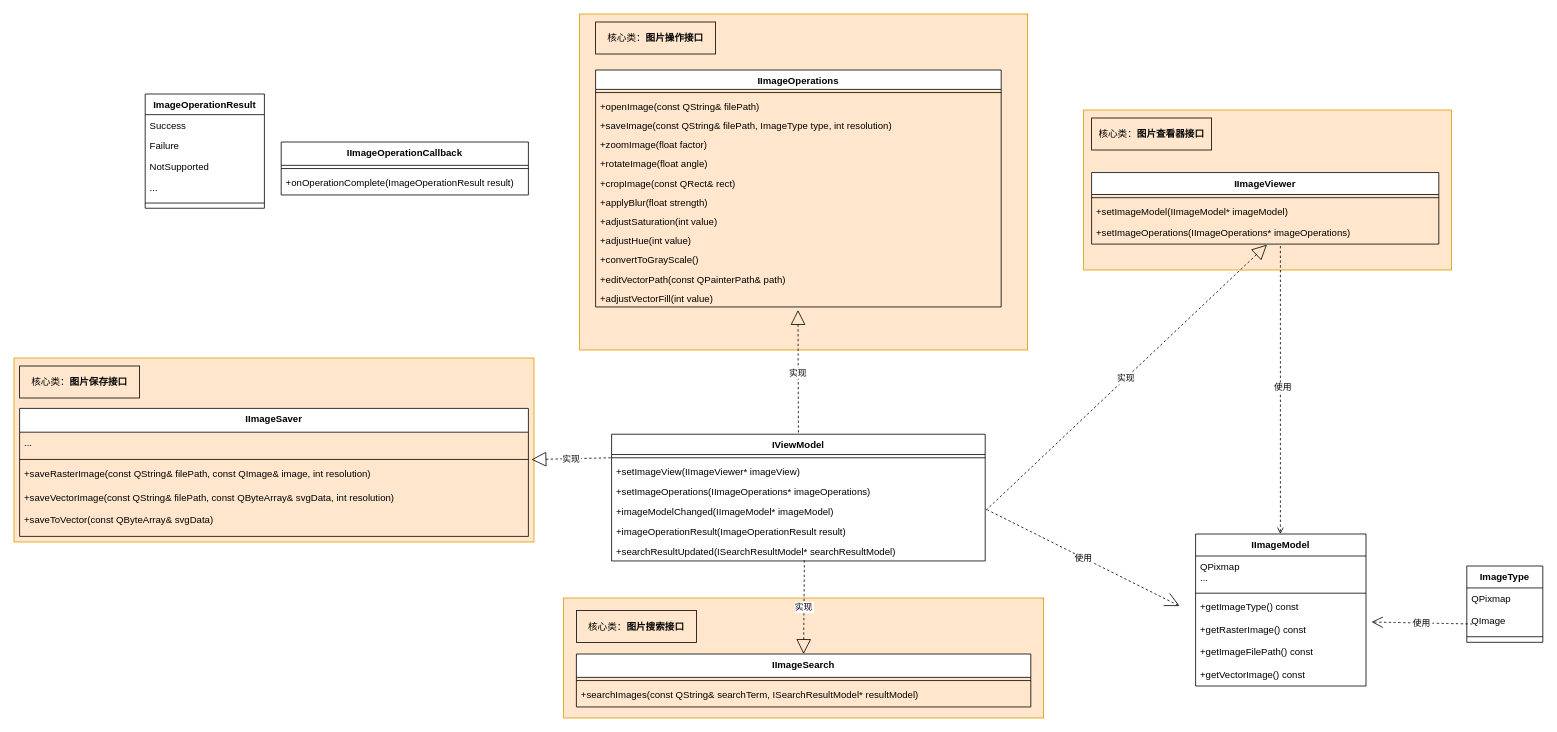
The draw.io diagram 未命名绘图.drawio in YDLinStars/myblog, before the edit. Source tidied: cells renumbered, new cells numbered last; positions are measured from the earlier drawing's top-left corner, leaving out a move shared by most shapes. Both pictures are drawn from the tidied source at 80%, with x=0, y=0 at pixel (14, 14).
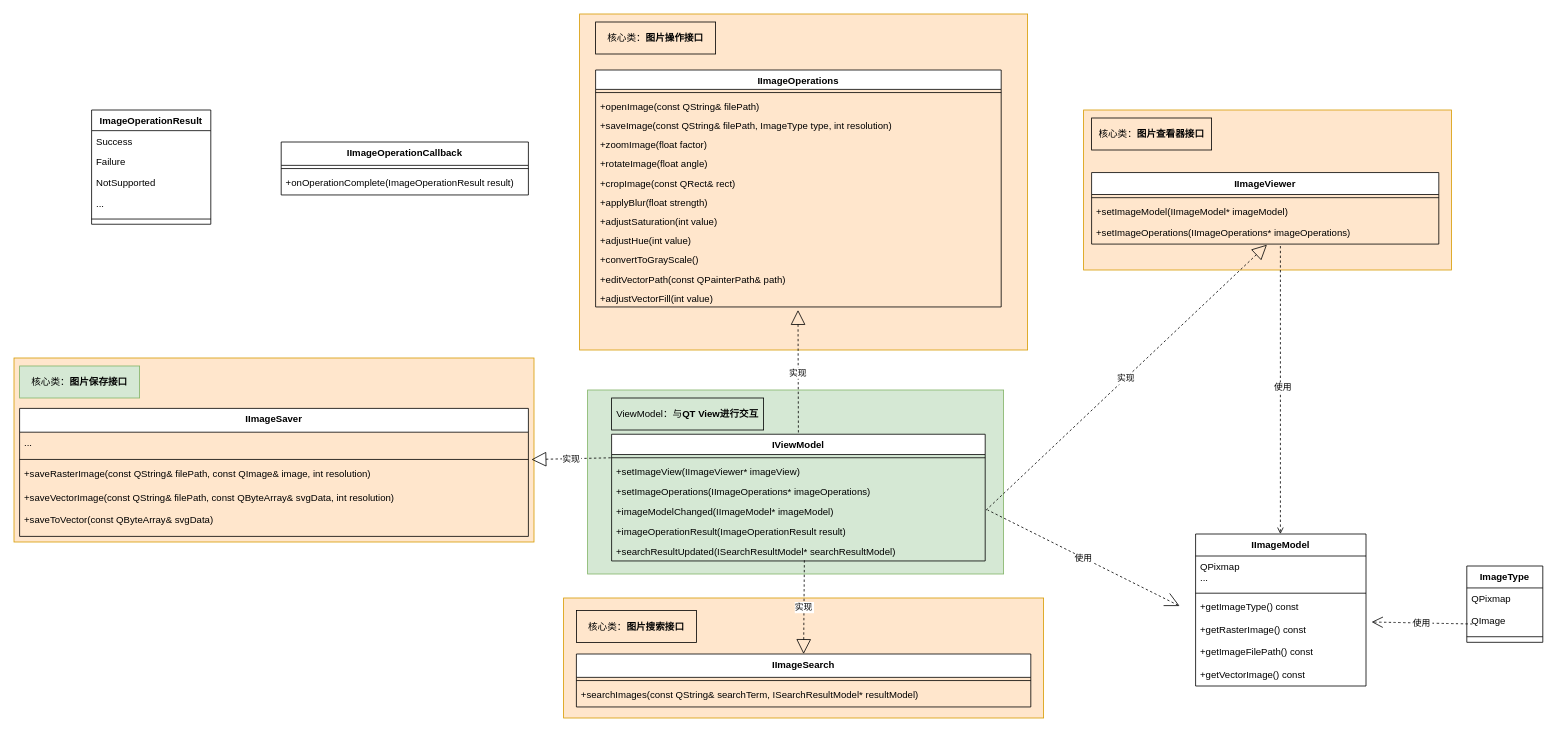
After the change.

Diff of the diagram source:
```diff
@@
+    <mxCell id="70" style="whiteSpace=wrap;html=1;fillColor=#d5e8d4;strokeColor=#82b366;" parent="1" vertex="1">
+      <mxGeometry x="717" y="470" width="520" height="230" as="geometry" />
+    </mxCell>
@@
     <mxCell id="17" value="ImageOperationResult" style="swimlane;fontStyle=1;align=center;verticalAlign=top;horizontal=1;startSize=25.818181818181817;" parent="1" vertex="1">
-      <mxGeometry x="164" y="100" width="149" height="142.8" as="geometry" />
+      <mxGeometry x="97" y="120" width="149" height="142.8" as="geometry" />
     </mxCell>
@@
-    <mxCell id="66" value="&lt;font style=&quot;font-size: 12px;&quot;&gt;核心类：&lt;b&gt;图片保存接口&lt;/b&gt;&lt;/font&gt;" style="text;strokeColor=default;align=center;fillColor=none;html=1;verticalAlign=middle;whiteSpace=wrap;rounded=0;fontFamily=宋体;" parent="1" vertex="1">
+    <mxCell id="66" value="&lt;font style=&quot;font-size: 12px;&quot;&gt;核心类：&lt;b&gt;图片保存接口&lt;/b&gt;&lt;/font&gt;" style="text;strokeColor=#82b366;align=center;fillColor=#d5e8d4;html=1;verticalAlign=middle;whiteSpace=wrap;rounded=0;fontFamily=宋体;" parent="1" vertex="1">
       <mxGeometry x="7" y="440" width="150" height="40" as="geometry" />
     </mxCell>
@@
+    <mxCell id="71" value="&lt;font style=&quot;font-size: 12px;&quot;&gt;ViewModel：与&lt;b&gt;QT View进行交互&lt;/b&gt;&lt;/font&gt;" style="text;strokeColor=default;align=center;fillColor=none;html=1;verticalAlign=middle;whiteSpace=wrap;rounded=0;fontFamily=宋体;" parent="1" vertex="1">
+      <mxGeometry x="747" y="480" width="190" height="40" as="geometry" />
+    </mxCell>
```
